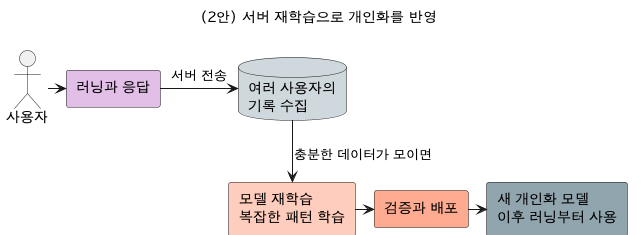
This is docs/img/dp-03-adaptability-counter-simple.png from tenyearslove/zone2runner, a PlantUML export, as it was before one commit.
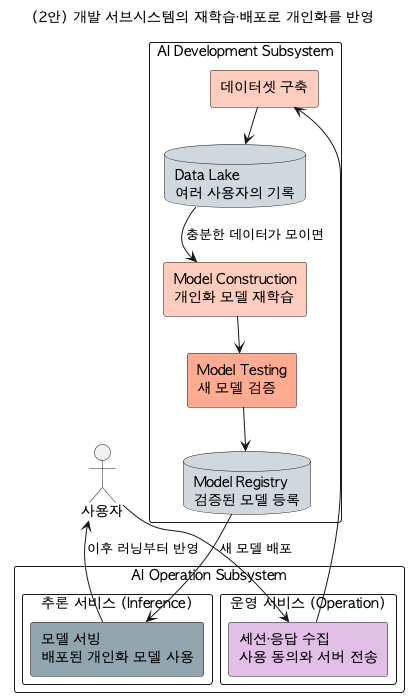
After the change.

The edit, as a diff of the source:
```diff
@@ -1,9 +1,10 @@
 @startuml
 !pragma layout smetana
-title (2안) 서버 재학습으로 개인화를 반영
+title (2안) 개발 서브시스템의 재학습·배포로 개인화를 반영
 
 skinparam defaultFontName "AppleGothic"
 skinparam componentStyle rectangle
+skinparam packageStyle rectangle
 skinparam shadowing false
 skinparam linetype ortho
 skinparam nodesep 24
@@ -11,15 +12,30 @@
 top to bottom direction
 
 actor "사용자" as USER
-component "러닝과 응답" as RUN #E1BEE7
-database "여러 사용자의\n기록 수집" as DATA #CFD8DC
-component "모델 재학습\n복잡한 패턴 학습" as TRAIN #FFCCBC
-component "검증과 배포" as DEPLOY #FFAB91
-component "새 개인화 모델\n이후 러닝부터 사용" as MODEL #90A4AE
 
-USER -right-> RUN
-RUN -right-> DATA : 서버 전송
-DATA -down-> TRAIN : 충분한 데이터가 모이면
-TRAIN -right-> DEPLOY
-DEPLOY -right-> MODEL
+package "AI Operation Subsystem" {
+  package "운영 서비스 (Operation)" {
+    component "세션·응답 수집\n사용 동의와 서버 전송" as COLLECT #E1BEE7
+  }
+  package "추론 서비스 (Inference)" {
+    component "모델 서빙\n배포된 개인화 모델 사용" as SERVE #90A4AE
+  }
+}
+
+package "AI Development Subsystem" {
+  component "데이터셋 구축" as DATASET #FFCCBC
+  database "Data Lake\n여러 사용자의 기록" as LAKE #CFD8DC
+  component "Model Construction\n개인화 모델 재학습" as TRAIN #FFCCBC
+  component "Model Testing\n새 모델 검증" as TEST #FFAB91
+  database "Model Registry\n검증된 모델 등록" as REGISTRY #CFD8DC
+}
+
+USER --> COLLECT
+COLLECT --> DATASET
+DATASET --> LAKE
+LAKE --> TRAIN : 충분한 데이터가 모이면
+TRAIN --> TEST
+TEST --> REGISTRY
+REGISTRY --> SERVE : 새 모델 배포
+SERVE --> USER : 이후 러닝부터 반영
 @enduml
```
